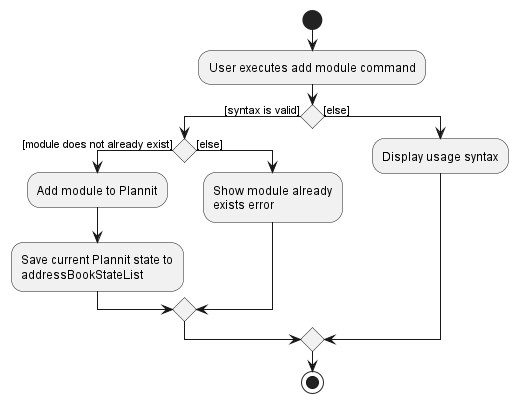
Above: docs/images/AddModuleActivityDiagram.png in nus-cs2103-AY2223S1/tp (PlantUML), before the change. The source it was exported from:
```plantuml
@startuml
start
:User executes add module command;


if () then ([syntax is valid])
    if () then ([module does not already exist])
        :Add module to Plannit;
        :Save current Plannit state to
        addressBookStateList;
    else ([else])
        :Show module already
        exists error;
    endif
else ([else])
    :Display usage syntax;
endif
stop
@enduml
```
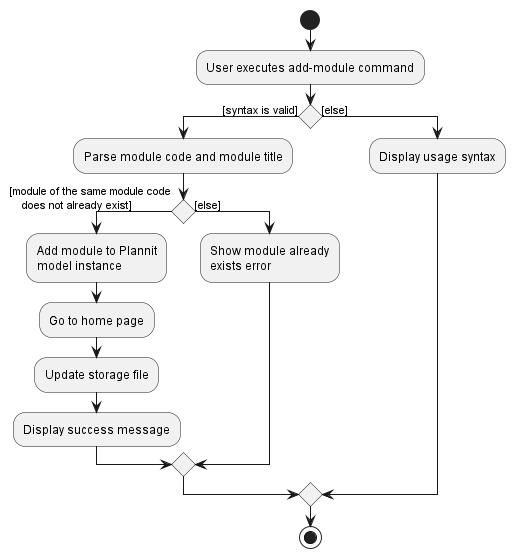
The same file after the commit.

Commit message:
Update module subcomponent section

The edit, as a diff of the source:
```diff
@@ -1,13 +1,17 @@
 @startuml
 start
-:User executes add module command;
+:User executes add-module command;
 
 
 if () then ([syntax is valid])
-    if () then ([module does not already exist])
-        :Add module to Plannit;
-        :Save current Plannit state to
-        addressBookStateList;
+    :Parse module code and module title;
+    if () then ([module of the same module code
+    does not already exist])
+        :Add module to Plannit
+        model instance;
+        :Go to home page;
+        :Update storage file;
+        :Display success message;
     else ([else])
         :Show module already
         exists error;
```
